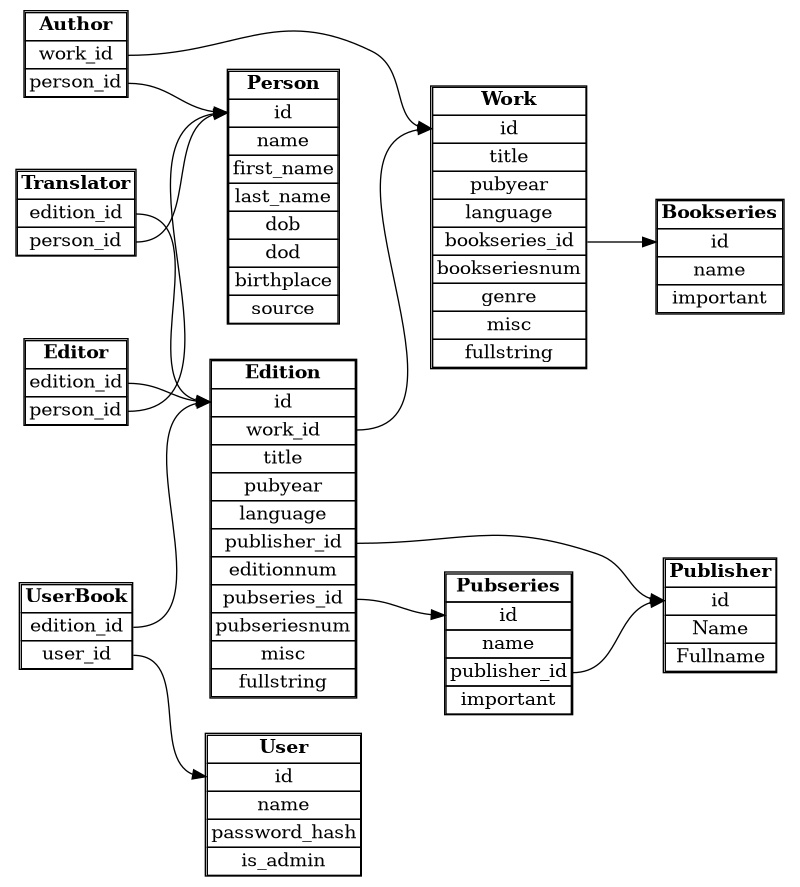
Above: db-schema.png in Makistos/suomisf (Graphviz), before the change. Its source is kept beside it as db-schema.gv.
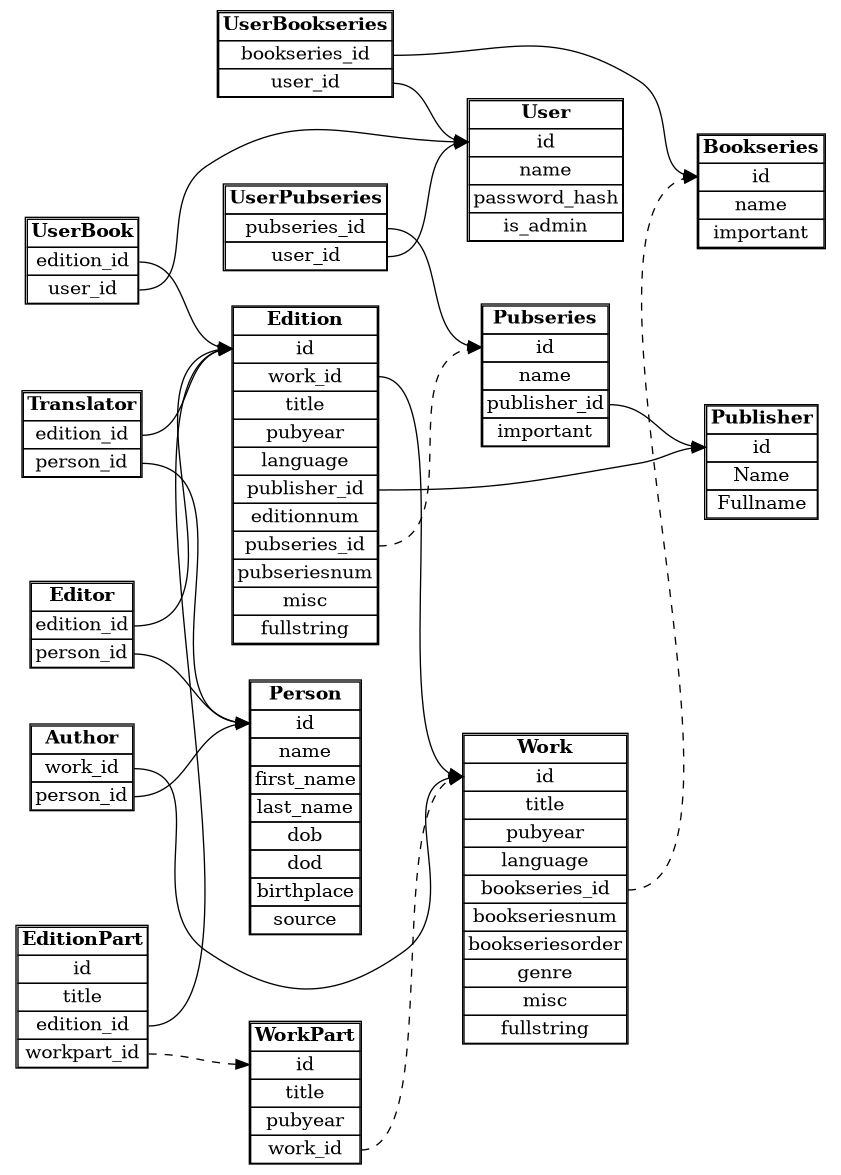
After the change.

Change to the diagram source:
```diff
@@ -77,6 +77,7 @@
 		<TR><TD>language</TD></TR>
 		<TR><TD PORT="bookseriesid">bookseries_id</TD></TR>
 		<TR><TD>bookseriesnum</TD></TR>
+                <TR><TD>bookseriesorder</TD></TR>
 		<TR><TD>genre</TD></TR>
 		<TR><TD>misc</TD></TR>
 		<TR><TD>fullstring</TD></TR>
@@ -118,6 +119,46 @@
 		</TABLE>
 		>];
 
+        UserPubseries [
+                label =<
+                <TABLE BORDER="1" CELLBORDER="1" CELLSPACING="0">
+                <TR><TD><B>UserPubseries</B></TD></TR>
+                <TR><TD PORT="pubseriesid">pubseries_id</TD></TR>
+                <TR><TD PORT="userid">user_id</TD></TR>
+                </TABLE>
+                >];
+
+        UserBookseries [
+                label =<
+                <TABLE BORDER="1" CELLBORDER="1" CELLSPACING="0">
+                <TR><TD><B>UserBookseries</B></TD></TR>
+                <TR><TD PORT="bookseriesid">bookseries_id</TD></TR>
+                <TR><TD PORT="userid">user_id</TD></TR>
+                </TABLE>
+                >];
+	WorkPart [
+		label =<
+		<TABLE BORDER="1" CELLBORDER="1" CELLSPACING="0">
+		<TR><TD><B>WorkPart</B></TD></TR>
+		<TR><TD PORT="id">id</TD></TR>
+		<TR><TD>title</TD></TR>
+		<TR><TD>pubyear</TD></TR>
+		<TR><TD PORT="workid">work_id</TD></TR>
+		</TABLE>
+		>];
+
+	EditionPart [
+		label =<
+		<TABLE BORDER="1" CELLBORDER="1" CELLSPACING="0">
+		<TR><TD><B>EditionPart</B></TD></TR>
+		<TR><TD PORT="id">id</TD></TR>
+		<TR><TD>title</TD></TR>
+		<TR><TD>num</TD</TR>
+		<TR><TD PORT="editionid">edition_id</TD></TR>
+		<TR><TD PORT="workpartid">workpart_id</TD></TR>
+		</TABLE>
+		>];
+
 	Author:workid -> Work:id;
 	Author:personid -> Person:id;
 	Translator:personid -> Person:id;
@@ -125,11 +166,17 @@
 	Editor:personid -> Person:id;
 	Editor:editionid -> Edition:id;
 	Pubseries:publisherid -> Publisher:id;
-	Work:bookseriesid -> Bookseries:id;
+	Work:bookseriesid -> Bookseries:id [style=dashed];
 	Edition:workid -> Work:id;
 	Edition:publisherid -> Publisher:id;
-	Edition:pubseriesid -> Pubseries:id;
+	Edition:pubseriesid -> Pubseries:id [style=dashed];
 	UserBook:userid -> User:id;
 	UserBook:editionid -> Edition:id;
-
+        UserPubseries:pubseriesid -> Pubseries:id;
+        UserPubseries:userid -> User:id;
+        UserBookseries:bookseriesid -> Bookseries:id;
+        UserBookseries:userid -> User:id;
+	WorkPart:workid -> Work:id [style=dashed];
+	EditionPart:editionid -> Edition:id;
+	EditionPart:workpartid -> WorkPart:id [style=dashed];
 }
```
